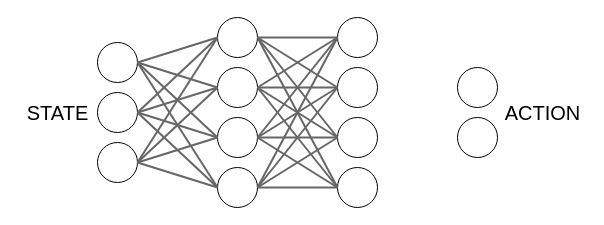
Before: Neural_network.drawio in HolgerStenberg/KTH_KEX-jobb_2021, a draw.io diagram. Source tidied: cells renumbered, new cells numbered last; positions are measured from the earlier drawing's top-left corner, leaving out a move shared by most shapes. Both pictures are drawn from the tidied source at 100%, with x=0, y=0 at pixel (17, 17).
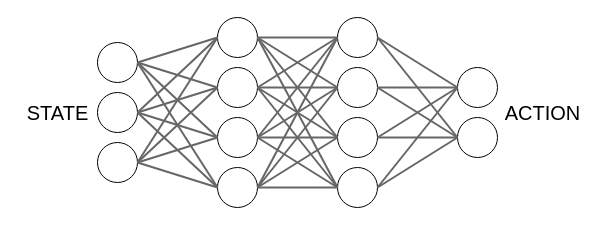
After the change.

Unchanged cells that the change refers to:
```xml
<mxCell id="8" style="ellipse;whiteSpace=wrap;html=1;" parent="1" vertex="1">
  <mxGeometry x="320" width="40" height="40" as="geometry" />
</mxCell>
<mxCell id="9" style="ellipse;whiteSpace=wrap;html=1;" parent="1" vertex="1">
  <mxGeometry x="320" y="50" width="40" height="40" as="geometry" />
</mxCell>
<mxCell id="10" style="ellipse;whiteSpace=wrap;html=1;" parent="1" vertex="1">
  <mxGeometry x="320" y="100" width="40" height="40" as="geometry" />
</mxCell>
<mxCell id="11" style="ellipse;whiteSpace=wrap;html=1;" parent="1" vertex="1">
  <mxGeometry x="320" y="150" width="40" height="40" as="geometry" />
</mxCell>
<mxCell id="12" style="ellipse;whiteSpace=wrap;html=1;" parent="1" vertex="1">
  <mxGeometry x="440" y="50" width="40" height="40" as="geometry" />
</mxCell>
<mxCell id="13" style="ellipse;whiteSpace=wrap;html=1;" parent="1" vertex="1">
  <mxGeometry x="440" y="100" width="40" height="40" as="geometry" />
</mxCell>
```

What changed in the source:
```diff
@@
+    <mxCell id="45" style="endArrow=none;html=1;entryX=0;entryY=0.5;entryDx=0;entryDy=0;exitX=1;exitY=0.5;exitDx=0;exitDy=0;strokeWidth=2;strokeColor=#666666;" parent="1" edge="1" source="8" target="12">
+      <mxGeometry relative="1" as="geometry" />
+    </mxCell>
+    <mxCell id="46" style="endArrow=none;html=1;entryX=0;entryY=0.5;entryDx=0;entryDy=0;exitX=1;exitY=0.5;exitDx=0;exitDy=0;strokeWidth=2;strokeColor=#666666;" parent="1" edge="1" source="8" target="13">
+      <mxGeometry relative="1" as="geometry" />
+    </mxCell>
+    <mxCell id="47" style="endArrow=none;html=1;entryX=0;entryY=0.5;entryDx=0;entryDy=0;exitX=1;exitY=0.5;exitDx=0;exitDy=0;strokeWidth=2;strokeColor=#666666;" parent="1" edge="1" source="9" target="12">
+      <mxGeometry relative="1" as="geometry" />
+    </mxCell>
+    <mxCell id="48" style="endArrow=none;html=1;entryX=0;entryY=0.5;entryDx=0;entryDy=0;exitX=1;exitY=0.5;exitDx=0;exitDy=0;strokeWidth=2;strokeColor=#666666;" parent="1" edge="1" source="9" target="13">
+      <mxGeometry relative="1" as="geometry" />
+    </mxCell>
+    <mxCell id="49" style="endArrow=none;html=1;entryX=0;entryY=0.5;entryDx=0;entryDy=0;exitX=1;exitY=0.5;exitDx=0;exitDy=0;strokeWidth=2;strokeColor=#666666;" parent="1" edge="1" source="10" target="12">
+      <mxGeometry relative="1" as="geometry" />
+    </mxCell>
+    <mxCell id="50" style="endArrow=none;html=1;entryX=0;entryY=0.5;entryDx=0;entryDy=0;exitX=1;exitY=0.5;exitDx=0;exitDy=0;strokeWidth=2;strokeColor=#666666;" parent="1" edge="1" source="10" target="13">
+      <mxGeometry relative="1" as="geometry" />
+    </mxCell>
+    <mxCell id="51" style="endArrow=none;html=1;entryX=0;entryY=0.5;entryDx=0;entryDy=0;exitX=1;exitY=0.5;exitDx=0;exitDy=0;strokeWidth=2;strokeColor=#666666;" parent="1" edge="1" source="11" target="12">
+      <mxGeometry relative="1" as="geometry" />
+    </mxCell>
+    <mxCell id="52" style="endArrow=none;html=1;entryX=0;entryY=0.5;entryDx=0;entryDy=0;exitX=1;exitY=0.5;exitDx=0;exitDy=0;strokeWidth=2;strokeColor=#666666;" parent="1" edge="1" source="11" target="13">
+      <mxGeometry relative="1" as="geometry" />
+    </mxCell>
```
